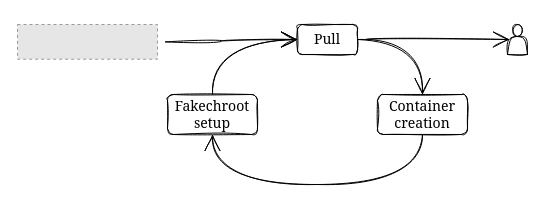
Before: report/images/container_pull.drawio in fedeizzo/ParticleSwarmOptimization-OpenMPI, a draw.io diagram. Source tidied: cells renumbered, new cells numbered last; positions are measured from the earlier drawing's top-left corner, leaving out a move shared by most shapes. Both pictures are drawn from the tidied source at 100%, with x=0, y=0 at pixel (17, 24). Pictures stored in the file or linked from it are replaced by grey dashed boxes.
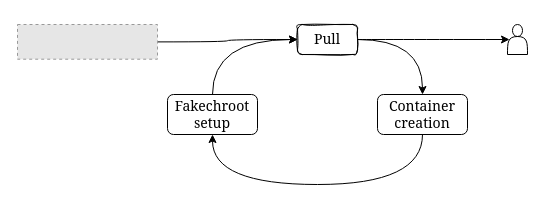
The same diagram, later.

Change to the diagram source:
```diff
@@
 <mxGraphModel>
   <root>
     <mxCell id="0" />
     <mxCell id="1" parent="0" />
-    <mxCell id="2" style="edgeStyle=orthogonalEdgeStyle;curved=1;rounded=0;sketch=1;hachureGap=4;jettySize=auto;html=1;entryX=0;entryY=0.5;entryDx=0;entryDy=0;fontFamily=Georgia;fontSize=14;endArrow=open;startSize=14;endSize=14;sourcePerimeterSpacing=8;targetPerimeterSpacing=8;" parent="1" edge="1" source="3" target="6">
+    <mxCell id="2" style="edgeStyle=orthogonalEdgeStyle;curved=1;rounded=0;sketch=0;hachureGap=4;jettySize=auto;html=1;entryX=0;entryY=0.5;entryDx=0;entryDy=0;fontFamily=Georgia;fontSize=14;endArrow=classic;startSize=6;endSize=6;sourcePerimeterSpacing=0;targetPerimeterSpacing=0;endFill=1;" parent="1" edge="1" source="3" target="6">
       <mxGeometry relative="1" as="geometry" />
     </mxCell>
     <mxCell id="3" style="fillColor=#E6E6E6;strokeColor=#999999;dashed=1;verticalLabelPosition=bottom;verticalAlign=top;fontFamily=Georgia;fontSize=14;" parent="1" vertex="1">
       <mxGeometry width="140" height="34.7" as="geometry" />
     </mxCell>
-    <mxCell id="4" style="edgeStyle=orthogonalEdgeStyle;curved=1;rounded=0;sketch=1;hachureGap=4;jettySize=auto;html=1;entryX=0.5;entryY=0;entryDx=0;entryDy=0;fontFamily=Georgia;fontSize=14;endArrow=open;startSize=14;endSize=14;sourcePerimeterSpacing=8;targetPerimeterSpacing=8;exitX=1;exitY=0.5;exitDx=0;exitDy=0;" parent="1" edge="1" source="6" target="8">
+    <mxCell id="4" style="edgeStyle=orthogonalEdgeStyle;curved=1;rounded=0;sketch=0;hachureGap=4;jettySize=auto;html=1;entryX=0.5;entryY=0;entryDx=0;entryDy=0;fontFamily=Georgia;fontSize=14;endArrow=classic;startSize=6;endSize=6;sourcePerimeterSpacing=0;targetPerimeterSpacing=0;exitX=1;exitY=0.5;exitDx=0;exitDy=0;endFill=1;" parent="1" edge="1" source="6" target="8">
       <mxGeometry relative="1" as="geometry" />
     </mxCell>
-    <mxCell id="5" style="edgeStyle=orthogonalEdgeStyle;curved=1;rounded=0;sketch=1;hachureGap=4;jettySize=auto;html=1;entryX=0.1;entryY=0.5;entryDx=0;entryDy=0;fontFamily=Georgia;fontSize=14;endArrow=open;startSize=14;endSize=14;sourcePerimeterSpacing=8;targetPerimeterSpacing=8;entryPerimeter=0;" parent="1" edge="1" source="6" target="11">
+    <mxCell id="5" style="edgeStyle=orthogonalEdgeStyle;curved=1;rounded=0;sketch=0;hachureGap=4;jettySize=auto;html=1;entryX=0.1;entryY=0.5;entryDx=0;entryDy=0;fontFamily=Georgia;fontSize=14;endArrow=classic;startSize=6;endSize=6;sourcePerimeterSpacing=0;targetPerimeterSpacing=0;entryPerimeter=0;endFill=1;" parent="1" edge="1" source="6" target="11">
       <mxGeometry relative="1" as="geometry" />
     </mxCell>
     <mxCell id="6" value="&lt;p style=&quot;font-size: 14px;&quot;&gt;Pull&lt;/p&gt;" style="rounded=1;whiteSpace=wrap;html=1;sketch=1;hachureGap=4;fontFamily=Georgia;fontSize=14;" parent="1" vertex="1">
       <mxGeometry x="280" width="60" height="30" as="geometry" />
     </mxCell>
-    <mxCell id="7" style="edgeStyle=orthogonalEdgeStyle;curved=1;rounded=0;sketch=1;hachureGap=4;jettySize=auto;html=1;entryX=0.5;entryY=1;entryDx=0;entryDy=0;fontFamily=Georgia;fontSize=14;endArrow=open;startSize=14;endSize=14;sourcePerimeterSpacing=8;targetPerimeterSpacing=8;exitX=0.5;exitY=1;exitDx=0;exitDy=0;" parent="1" edge="1" source="8" target="10">
+    <mxCell id="7" style="edgeStyle=orthogonalEdgeStyle;curved=1;rounded=0;sketch=0;hachureGap=4;jettySize=auto;html=1;entryX=0.5;entryY=1;entryDx=0;entryDy=0;fontFamily=Georgia;fontSize=14;endArrow=classic;startSize=6;endSize=6;sourcePerimeterSpacing=0;targetPerimeterSpacing=0;exitX=0.5;exitY=1;exitDx=0;exitDy=0;endFill=1;" parent="1" edge="1" source="8" target="10">
       <mxGeometry relative="1" as="geometry">
         <Array as="points">
           <mxPoint x="405" y="160" />
           <mxPoint x="195" y="160" />
         </Array>
       </mxGeometry>
     </mxCell>
-    <mxCell id="8" value="&lt;p style=&quot;font-size: 14px;&quot;&gt;Container&lt;br&gt;creation&lt;/p&gt;" style="rounded=1;whiteSpace=wrap;html=1;sketch=1;hachureGap=4;fontFamily=Georgia;fontSize=14;" parent="1" vertex="1">
+    <mxCell id="8" value="&lt;p style=&quot;font-size: 14px;&quot;&gt;Container&lt;br&gt;creation&lt;/p&gt;" style="rounded=1;whiteSpace=wrap;html=1;sketch=0;hachureGap=4;fontFamily=Georgia;fontSize=14;" parent="1" vertex="1">
       <mxGeometry x="360" y="70" width="90" height="40" as="geometry" />
     </mxCell>
-    <mxCell id="9" style="edgeStyle=orthogonalEdgeStyle;curved=1;rounded=0;sketch=1;hachureGap=4;jettySize=auto;html=1;entryX=0;entryY=0.5;entryDx=0;entryDy=0;fontFamily=Georgia;fontSize=14;endArrow=open;startSize=14;endSize=14;sourcePerimeterSpacing=8;targetPerimeterSpacing=8;exitX=0.5;exitY=0;exitDx=0;exitDy=0;" parent="1" edge="1" source="10" target="6">
+    <mxCell id="9" style="edgeStyle=orthogonalEdgeStyle;curved=1;rounded=0;sketch=0;hachureGap=4;jettySize=auto;html=1;entryX=0;entryY=0.5;entryDx=0;entryDy=0;fontFamily=Georgia;fontSize=14;endArrow=classic;startSize=6;endSize=6;sourcePerimeterSpacing=0;targetPerimeterSpacing=0;exitX=0.5;exitY=0;exitDx=0;exitDy=0;endFill=1;" parent="1" edge="1" source="10" target="6">
       <mxGeometry relative="1" as="geometry" />
     </mxCell>
-    <mxCell id="10" value="&lt;p style=&quot;font-size: 14px;&quot;&gt;Fakechroot&lt;br&gt;setup&lt;/p&gt;" style="rounded=1;whiteSpace=wrap;html=1;sketch=1;hachureGap=4;fontFamily=Georgia;fontSize=14;" parent="1" vertex="1">
+    <mxCell id="10" value="&lt;p style=&quot;font-size: 14px;&quot;&gt;Fakechroot&lt;br&gt;setup&lt;/p&gt;" style="rounded=1;whiteSpace=wrap;html=1;sketch=0;hachureGap=4;fontFamily=Georgia;fontSize=14;" parent="1" vertex="1">
       <mxGeometry x="150" y="70" width="90" height="40" as="geometry" />
     </mxCell>
-    <mxCell id="11" style="shape=actor;whiteSpace=wrap;html=1;sketch=1;" parent="1" vertex="1">
+    <mxCell id="11" style="shape=actor;whiteSpace=wrap;html=1;sketch=0;" parent="1" vertex="1">
       <mxGeometry x="490" width="20" height="30" as="geometry" />
     </mxCell>
   </root>
 </mxGraphModel>
```
